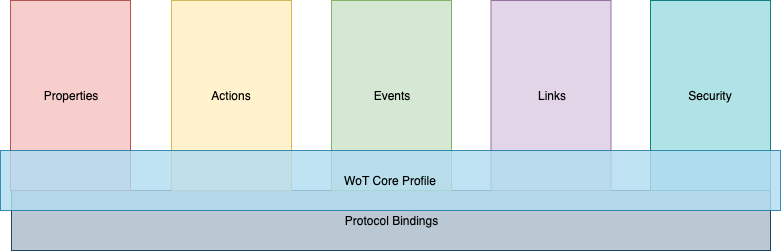
Above: images/WoT Baseline Profile.png in w3c/wot-profile (draw.io), before the change. Source tidied: cells renumbered, new cells last; positions are measured from the earlier drawing's top-left corner, leaving out a move shared by most shapes. The source it was exported from:
```xml
<mxGraphModel>
  <root>
    <mxCell id="0" />
    <mxCell id="1" parent="0" />
    <mxCell id="2" value="Protocol Bindings" style="rounded=0;whiteSpace=wrap;html=1;fillColor=#bac8d3;strokeColor=#23445d;" parent="1" vertex="1">
      <mxGeometry x="11" y="190" width="759" height="60" as="geometry" />
    </mxCell>
    <mxCell id="3" value="Events" style="rounded=0;whiteSpace=wrap;html=1;fillColor=#d5e8d4;strokeColor=#82b366;" parent="1" vertex="1">
      <mxGeometry x="331" width="120" height="190" as="geometry" />
    </mxCell>
    <mxCell id="4" value="Actions" style="rounded=0;whiteSpace=wrap;html=1;fillColor=#fff2cc;strokeColor=#d6b656;" parent="1" vertex="1">
      <mxGeometry x="171" width="120" height="190" as="geometry" />
    </mxCell>
    <mxCell id="5" value="Security" style="rounded=0;whiteSpace=wrap;html=1;fillColor=#b0e3e6;strokeColor=#0e8088;" parent="1" vertex="1">
      <mxGeometry x="650" width="120" height="190" as="geometry" />
    </mxCell>
    <mxCell id="6" value="Properties" style="rounded=0;whiteSpace=wrap;html=1;fillColor=#f8cecc;strokeColor=#b85450;" parent="1" vertex="1">
      <mxGeometry x="10" width="120" height="190" as="geometry" />
    </mxCell>
    <mxCell id="7" value="Links" style="rounded=0;whiteSpace=wrap;html=1;fillColor=#e1d5e7;strokeColor=#9673a6;" parent="1" vertex="1">
      <mxGeometry x="490.5" width="120" height="190" as="geometry" />
    </mxCell>
    <mxCell id="8" value="WoT Core Profile" style="rounded=0;whiteSpace=wrap;html=1;fillColor=#b1ddf0;strokeColor=#10739e;opacity=80;" parent="1" vertex="1">
      <mxGeometry y="150" width="780" height="60" as="geometry" />
    </mxCell>
  </root>
</mxGraphModel>
```
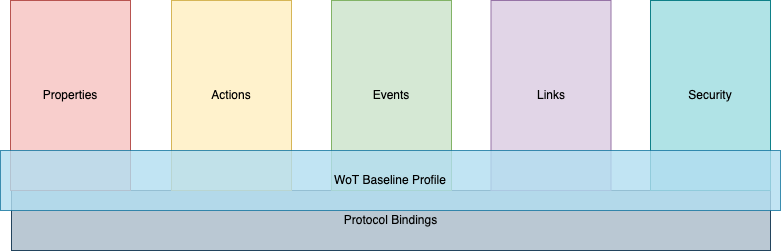
After the change.

Commit message:
further cleanup

The edit, as a diff of the source:
```diff
@@ -20,7 +20,7 @@
     <mxCell id="7" value="Links" style="rounded=0;whiteSpace=wrap;html=1;fillColor=#e1d5e7;strokeColor=#9673a6;" parent="1" vertex="1">
       <mxGeometry x="490.5" width="120" height="190" as="geometry" />
     </mxCell>
-    <mxCell id="8" value="WoT Core Profile" style="rounded=0;whiteSpace=wrap;html=1;fillColor=#b1ddf0;strokeColor=#10739e;opacity=80;" parent="1" vertex="1">
+    <mxCell id="8" value="WoT Baseline Profile" style="rounded=0;whiteSpace=wrap;html=1;fillColor=#b1ddf0;strokeColor=#10739e;opacity=80;" parent="1" vertex="1">
       <mxGeometry y="150" width="780" height="60" as="geometry" />
     </mxCell>
   </root>
```
